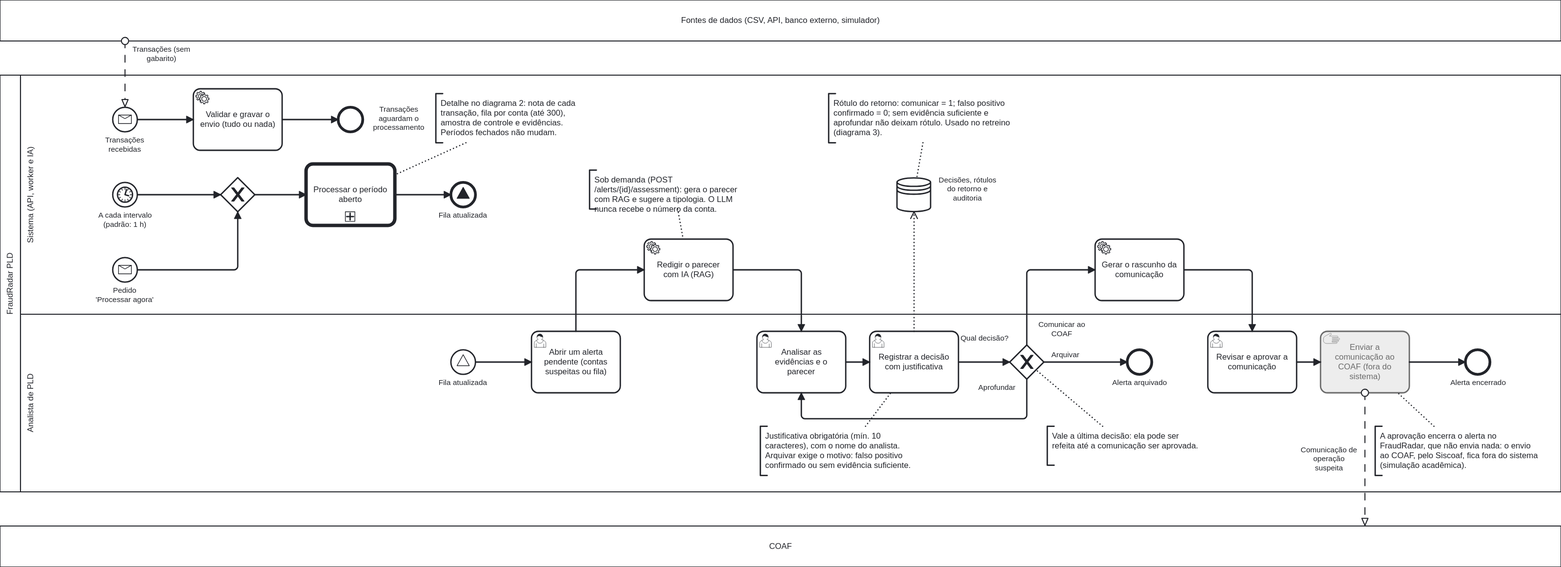
Before: docs/bpmn/01-aml-monitoring.svg, a diagram exported from BPMN (TCS-Financial-Bootcamp-Team/fraudradar). Its source is kept beside it as docs/bpmn/01-aml-monitoring.bpmn. Ids are renumbered.
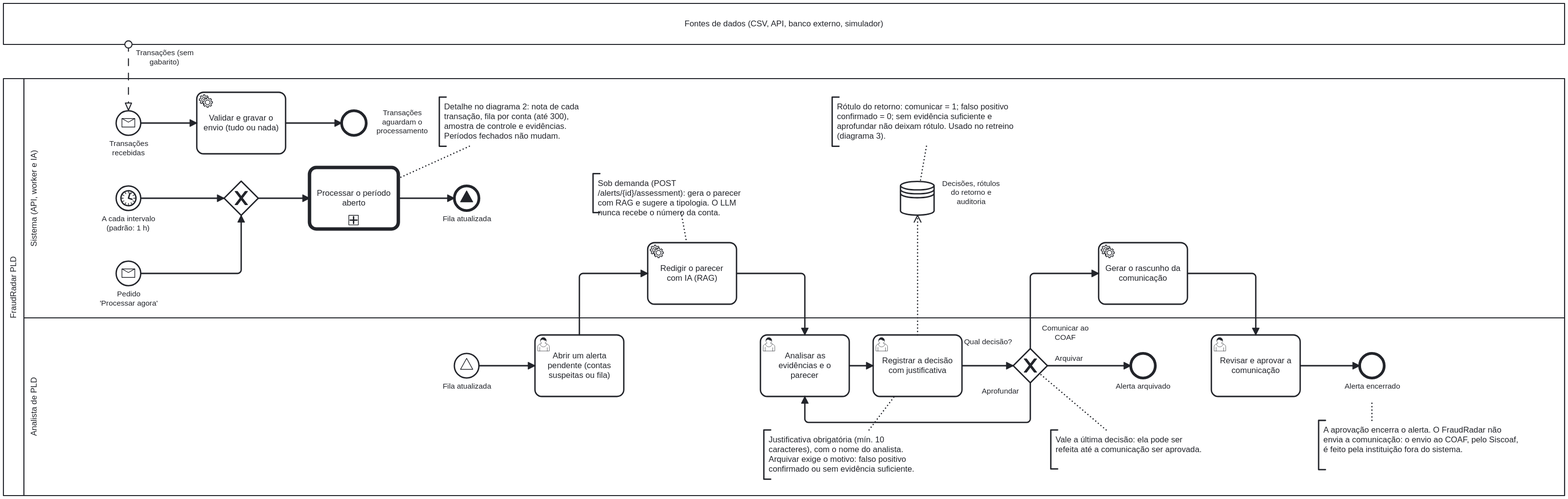
Above is the later version.

Commit message:
docs: BPMN 1 sem o envio ao COAF

The edit, as a diff of the source:
```diff
@@ -2,9 +2,7 @@
   <bpmn:collaboration id="Collaboration_aml_monitoring">
     <bpmn:participant id="Participant_data_sources" name="Fontes de dados (CSV, API, banco externo, simulador)" />
     <bpmn:participant id="Participant_fraudradar" name="FraudRadar PLD" processRef="Process_aml_monitoring" />
-    <bpmn:participant id="Participant_coaf" name="COAF" />
     <bpmn:messageFlow id="MessageFlow_transactions" name="Transações (sem gabarito)" sourceRef="Participant_data_sources" targetRef="Event_transactions_received" />
-    <bpmn:messageFlow id="MessageFlow_suspicious_activity_report" name="Comunicação de operação suspeita" sourceRef="Task_send_to_coaf" targetRef="Participant_coaf" />
   </bpmn:collaboration>
   <bpmn:process id="Process_aml_monitoring" name="Monitoramento PLD: da transação à comunicação ao COAF" isExecutable="false">
     <bpmn:documentation>Visão de ponta a ponta. O processamento do período está no diagrama 2 (02-period-processing.bpmn); o retreino com o retorno dos analistas, no diagrama 3 (03-model-retraining.bpmn).</bpmn:documentation>
@@ -29,7 +27,6 @@
         <bpmn:flowNodeRef>Gateway_decision</bpmn:flowNodeRef>
         <bpmn:flowNodeRef>Event_alert_archived</bpmn:flowNodeRef>
         <bpmn:flowNodeRef>Task_approve_report</bpmn:flowNodeRef>
-        <bpmn:flowNodeRef>Task_send_to_coaf</bpmn:flowNodeRef>
         <bpmn:flowNodeRef>Event_alert_closed</bpmn:flowNodeRef>
       </bpmn:lane>
     </bpmn:laneSet>
@@ -109,12 +106,8 @@
       <bpmn:incoming>Flow_15</bpmn:incoming>
       <bpmn:outgoing>Flow_16</bpmn:outgoing>
     </bpmn:userTask>
-    <bpmn:manualTask id="Task_send_to_coaf" name="Enviar a comunicação ao COAF (fora do sistema)">
+    <bpmn:endEvent id="Event_alert_closed" name="Alerta encerrado">
       <bpmn:incoming>Flow_16</bpmn:incoming>
-      <bpmn:outgoing>Flow_17</bpmn:outgoing>
-    </bpmn:manualTask>
-    <bpmn:endEvent id="Event_alert_closed" name="Alerta encerrado">
-      <bpmn:incoming>Flow_17</bpmn:incoming>
     </bpmn:endEvent>
     <bpmn:sequenceFlow id="Flow_01" sourceRef="Event_transactions_received" targetRef="Task_validate_submission" />
     <bpmn:sequenceFlow id="Flow_02" sourceRef="Task_validate_submission" targetRef="Event_awaiting_processing" />
@@ -131,8 +124,7 @@
     <bpmn:sequenceFlow id="Flow_archive" name="Arquivar" sourceRef="Gateway_decision" targetRef="Event_alert_archived" />
     <bpmn:sequenceFlow id="Flow_escalate" name="Aprofundar" sourceRef="Gateway_decision" targetRef="Task_analyze_evidence" />
     <bpmn:sequenceFlow id="Flow_15" sourceRef="Task_build_report_draft" targetRef="Task_approve_report" />
-    <bpmn:sequenceFlow id="Flow_16" sourceRef="Task_approve_report" targetRef="Task_send_to_coaf" />
-    <bpmn:sequenceFlow id="Flow_17" sourceRef="Task_send_to_coaf" targetRef="Event_alert_closed" />
+    <bpmn:sequenceFlow id="Flow_16" sourceRef="Task_approve_report" targetRef="Event_alert_closed" />
     <bpmn:textAnnotation id="Note_period_detail">
       <bpmn:text>Detalhe no diagrama 2: nota de cada transação, fila por conta (até 300), amostra de controle e evidências. Períodos fechados não mudam.</bpmn:text>
     </bpmn:textAnnotation>
@@ -154,9 +146,9 @@
     </bpmn:textAnnotation>
     <bpmn:association id="Association_Note_last_decision" associationDirection="None" sourceRef="Note_last_decision" targetRef="Gateway_decision" />
     <bpmn:textAnnotation id="Note_outside_system">
-      <bpmn:text>A aprovação encerra o alerta no FraudRadar, que não envia nada: o envio ao COAF, pelo Siscoaf, fica fora do sistema (simulação acadêmica).</bpmn:text>
+      <bpmn:text>A aprovação encerra o alerta. O FraudRadar não envia a comunicação: o envio ao COAF, pelo Siscoaf, é feito pela instituição fora do sistema.</bpmn:text>
     </bpmn:textAnnotation>
-    <bpmn:association id="Association_Note_outside_system" associationDirection="None" sourceRef="Note_outside_system" targetRef="Task_send_to_coaf" />
+    <bpmn:association id="Association_Note_outside_system" associationDirection="None" sourceRef="Note_outside_system" targetRef="Event_alert_closed" />
   </bpmn:process>
   <bpmn:message id="Message_transacoes_recebidas" name="Transações recebidas" />
   <bpmn:message id="Message_processar_agora" name="Processar agora" />
@@ -168,9 +160,6 @@
       </bpmndi:BPMNShape>
       <bpmndi:BPMNShape id="Participant_fraudradar_di" bpmnElement="Participant_fraudradar" isHorizontal="true">
         <dc:Bounds x="0" y="110" width="2285" height="610" />
-      </bpmndi:BPMNShape>
-      <bpmndi:BPMNShape id="Participant_coaf_di" bpmnElement="Participant_coaf" isHorizontal="true">
-        <dc:Bounds x="0" y="770" width="2285" height="60" />
       </bpmndi:BPMNShape>
       <bpmndi:BPMNShape id="Lane_system_di" bpmnElement="Lane_system" isHorizontal="true">
         <dc:Bounds x="30" y="110" width="2255" height="350" />
@@ -259,13 +248,10 @@
       <bpmndi:BPMNShape id="Task_approve_report_di" bpmnElement="Task_approve_report">
         <dc:Bounds x="1768" y="485" width="130" height="90" />
       </bpmndi:BPMNShape>
-      <bpmndi:BPMNShape id="Task_send_to_coaf_di" bpmnElement="Task_send_to_coaf" color:background-color="#ececec" color:border-color="#6b6b6b">
-        <dc:Bounds x="1933" y="485" width="130" height="90" />
-      </bpmndi:BPMNShape>
       <bpmndi:BPMNShape id="Event_alert_closed_di" bpmnElement="Event_alert_closed">
-        <dc:Bounds x="2145" y="512" width="36" height="36" />
+        <dc:Bounds x="1985" y="512" width="36" height="36" />
         <bpmndi:BPMNLabel>
-          <dc:Bounds x="2118" y="554" width="90" height="28" />
+          <dc:Bounds x="1958" y="554" width="90" height="28" />
         </bpmndi:BPMNLabel>
       </bpmndi:BPMNShape>
       <bpmndi:BPMNShape id="Note_period_detail_di" bpmnElement="Note_period_detail">
@@ -284,7 +270,7 @@
         <dc:Bounds x="1533" y="624" width="230" height="57" />
       </bpmndi:BPMNShape>
       <bpmndi:BPMNShape id="Note_outside_system_di" bpmnElement="Note_outside_system">
-        <dc:Bounds x="2013" y="624" width="250" height="72" />
+        <dc:Bounds x="1925" y="610" width="300" height="72" />
       </bpmndi:BPMNShape>
       <bpmndi:BPMNEdge id="Flow_01_di" bpmnElement="Flow_01">
         <di:waypoint x="201" y="175" />
@@ -364,24 +350,13 @@
       </bpmndi:BPMNEdge>
       <bpmndi:BPMNEdge id="Flow_16_di" bpmnElement="Flow_16">
         <di:waypoint x="1898" y="530" />
-        <di:waypoint x="1933" y="530" />
-      </bpmndi:BPMNEdge>
-      <bpmndi:BPMNEdge id="Flow_17_di" bpmnElement="Flow_17">
-        <di:waypoint x="2063" y="530" />
-        <di:waypoint x="2145" y="530" />
+        <di:waypoint x="1985" y="530" />
       </bpmndi:BPMNEdge>
       <bpmndi:BPMNEdge id="MessageFlow_transactions_di" bpmnElement="MessageFlow_transactions">
         <di:waypoint x="183" y="60" />
         <di:waypoint x="183" y="157" />
         <bpmndi:BPMNLabel>
           <dc:Bounds x="191" y="66" width="90" height="28" />
-        </bpmndi:BPMNLabel>
-      </bpmndi:BPMNEdge>
-      <bpmndi:BPMNEdge id="MessageFlow_suspicious_activity_report_di" bpmnElement="MessageFlow_suspicious_activity_report">
-        <di:waypoint x="1998" y="575" />
-        <di:waypoint x="1998" y="770" />
-        <bpmndi:BPMNLabel>
-          <dc:Bounds x="1900" y="652" width="90" height="42" />
         </bpmndi:BPMNLabel>
       </bpmndi:BPMNEdge>
       <bpmndi:BPMNEdge id="Association_Note_period_detail_di" bpmnElement="Association_Note_period_detail">
@@ -405,8 +380,8 @@
         <di:waypoint x="1516" y="541" />
       </bpmndi:BPMNEdge>
       <bpmndi:BPMNEdge id="Association_Note_outside_system_di" bpmnElement="Association_Note_outside_system">
-        <di:waypoint x="2099" y="624" />
-        <di:waypoint x="2046" y="575" />
+        <di:waypoint x="2003" y="610" />
+        <di:waypoint x="2003" y="584" />
       </bpmndi:BPMNEdge>
       <bpmndi:BPMNEdge id="DataOutputAssociation_1_di" bpmnElement="DataOutputAssociation_1">
         <di:waypoint x="1338" y="485" />
```
